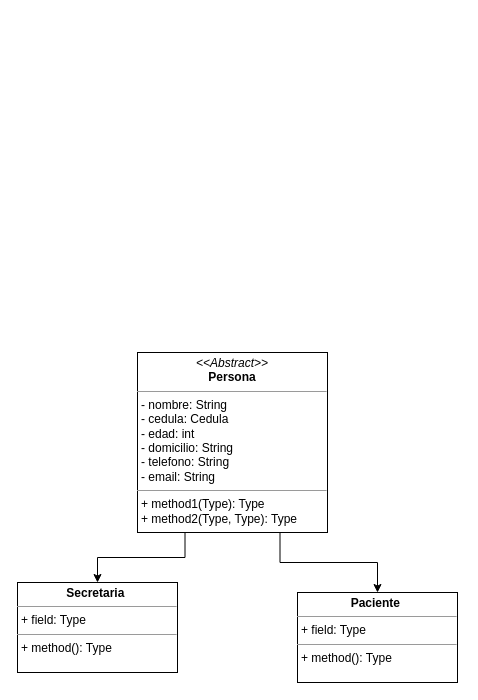
Before: Formativa01.drawio in KemosahbeAndres/Formativa01, a draw.io diagram. Source tidied: cells renumbered, new cells numbered last; positions are measured from the earlier drawing's top-left corner, leaving out a move shared by most shapes. Both pictures are drawn from the tidied source at 100%, with x=0, y=0 at pixel (17, 352).
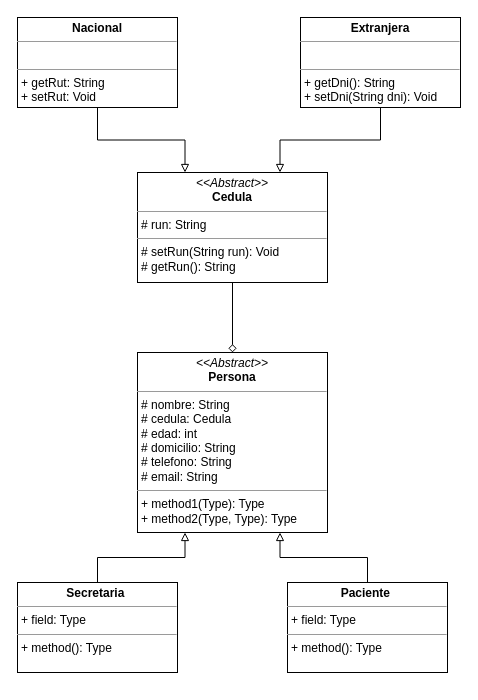
Above is the later version.

Commit message:
clase cedula y asociaciones listas.

The edit, as a diff of the source:
```diff
@@
 <mxGraphModel>
   <root>
     <mxCell id="0" />
     <mxCell id="1" parent="0" />
+    <mxCell id="7" style="edgeStyle=orthogonalEdgeStyle;rounded=0;jumpSize=10;jettySize=auto;html=1;exitX=0.5;exitY=0;exitDx=0;exitDy=0;entryX=0.25;entryY=1;entryDx=0;entryDy=0;strokeWidth=1;fontSize=11;endArrow=block;endFill=0;" parent="1" edge="1" source="2" target="6">
+      <mxGeometry relative="1" as="geometry" />
+    </mxCell>
     <mxCell id="2" value="&lt;p style=&quot;margin:0px;margin-top:4px;text-align:center;&quot;&gt;&lt;b&gt;Secretaria&amp;nbsp;&lt;/b&gt;&lt;/p&gt;&lt;hr size=&quot;1&quot;&gt;&lt;p style=&quot;margin:0px;margin-left:4px;&quot;&gt;+ field: Type&lt;/p&gt;&lt;hr size=&quot;1&quot;&gt;&lt;p style=&quot;margin:0px;margin-left:4px;&quot;&gt;+ method(): Type&lt;/p&gt;" style="verticalAlign=top;align=left;overflow=fill;fontSize=12;fontFamily=Helvetica;html=1;" parent="1" vertex="1">
       <mxGeometry y="230" width="160" height="90" as="geometry" />
     </mxCell>
+    <mxCell id="8" style="edgeStyle=orthogonalEdgeStyle;rounded=0;jumpSize=10;jettySize=auto;html=1;exitX=0.5;exitY=0;exitDx=0;exitDy=0;entryX=0.75;entryY=1;entryDx=0;entryDy=0;strokeWidth=1;fontSize=11;endArrow=block;endFill=0;" parent="1" edge="1" source="3" target="6">
+      <mxGeometry relative="1" as="geometry" />
+    </mxCell>
     <mxCell id="3" value="&lt;p style=&quot;margin:0px;margin-top:4px;text-align:center;&quot;&gt;&lt;b&gt;Paciente&amp;nbsp;&lt;/b&gt;&lt;/p&gt;&lt;hr size=&quot;1&quot;&gt;&lt;p style=&quot;margin:0px;margin-left:4px;&quot;&gt;+ field: Type&lt;/p&gt;&lt;hr size=&quot;1&quot;&gt;&lt;p style=&quot;margin:0px;margin-left:4px;&quot;&gt;+ method(): Type&lt;/p&gt;" style="verticalAlign=top;align=left;overflow=fill;fontSize=12;fontFamily=Helvetica;html=1;" parent="1" vertex="1">
-      <mxGeometry x="280" y="240" width="160" height="90" as="geometry" />
+      <mxGeometry x="270" y="230" width="160" height="90" as="geometry" />
     </mxCell>
-    <mxCell id="4" style="edgeStyle=orthogonalEdgeStyle;rounded=0;jettySize=auto;html=1;exitX=0.75;exitY=1;exitDx=0;exitDy=0;entryX=0.5;entryY=0;entryDx=0;entryDy=0;" parent="1" edge="1" source="6" target="3">
-      <mxGeometry relative="1" as="geometry" />
-    </mxCell>
-    <mxCell id="5" style="edgeStyle=orthogonalEdgeStyle;rounded=0;jettySize=auto;html=1;exitX=0.25;exitY=1;exitDx=0;exitDy=0;entryX=0.5;entryY=0;entryDx=0;entryDy=0;" parent="1" edge="1" source="6" target="2">
-      <mxGeometry relative="1" as="geometry" />
-    </mxCell>
-    <mxCell id="6" value="&lt;p style=&quot;margin:0px;margin-top:4px;text-align:center;&quot;&gt;&lt;i&gt;&amp;lt;&amp;lt;Abstract&amp;gt;&amp;gt;&lt;/i&gt;&lt;br&gt;&lt;b&gt;Persona&lt;/b&gt;&lt;/p&gt;&lt;hr size=&quot;1&quot;&gt;&lt;p style=&quot;margin:0px;margin-left:4px;&quot;&gt;- nombre: String&lt;/p&gt;&lt;p style=&quot;margin:0px;margin-left:4px;&quot;&gt;- cedula: Cedula&lt;/p&gt;&lt;p style=&quot;margin:0px;margin-left:4px;&quot;&gt;- edad: int&lt;/p&gt;&lt;p style=&quot;margin:0px;margin-left:4px;&quot;&gt;- domicilio: String&lt;/p&gt;&lt;p style=&quot;margin:0px;margin-left:4px;&quot;&gt;- telefono: String&lt;/p&gt;&lt;p style=&quot;margin:0px;margin-left:4px;&quot;&gt;- email: String&lt;/p&gt;&lt;hr size=&quot;1&quot;&gt;&lt;p style=&quot;margin:0px;margin-left:4px;&quot;&gt;+ method1(Type): Type&lt;br&gt;+ method2(Type, Type): Type&lt;/p&gt;" style="verticalAlign=top;align=left;overflow=fill;fontSize=12;fontFamily=Helvetica;html=1;" parent="1" vertex="1">
+    <mxCell id="6" value="&lt;p style=&quot;margin:0px;margin-top:4px;text-align:center;&quot;&gt;&lt;i&gt;&amp;lt;&amp;lt;Abstract&amp;gt;&amp;gt;&lt;/i&gt;&lt;br&gt;&lt;b&gt;Persona&lt;/b&gt;&lt;/p&gt;&lt;hr size=&quot;1&quot;&gt;&lt;p style=&quot;margin:0px;margin-left:4px;&quot;&gt;# nombre: String&lt;/p&gt;&lt;p style=&quot;margin:0px;margin-left:4px;&quot;&gt;# cedula: Cedula&lt;/p&gt;&lt;p style=&quot;margin:0px;margin-left:4px;&quot;&gt;# edad: int&lt;/p&gt;&lt;p style=&quot;margin:0px;margin-left:4px;&quot;&gt;# domicilio: String&lt;/p&gt;&lt;p style=&quot;margin:0px;margin-left:4px;&quot;&gt;# telefono: String&lt;/p&gt;&lt;p style=&quot;margin:0px;margin-left:4px;&quot;&gt;# email: String&lt;/p&gt;&lt;hr size=&quot;1&quot;&gt;&lt;p style=&quot;margin:0px;margin-left:4px;&quot;&gt;+ method1(Type): Type&lt;br&gt;+ method2(Type, Type): Type&lt;/p&gt;" style="verticalAlign=top;align=left;overflow=fill;fontSize=12;fontFamily=Helvetica;html=1;" parent="1" vertex="1">
       <mxGeometry x="120" width="190" height="180" as="geometry" />
     </mxCell>
+    <mxCell id="9" style="edgeStyle=orthogonalEdgeStyle;rounded=0;jumpSize=10;jettySize=auto;html=1;exitX=0.5;exitY=1;exitDx=0;exitDy=0;entryX=0.75;entryY=0;entryDx=0;entryDy=0;strokeWidth=1;fontSize=11;endArrow=block;endFill=0;" parent="1" edge="1" source="10" target="12">
+      <mxGeometry relative="1" as="geometry" />
+    </mxCell>
+    <mxCell id="10" value="&lt;p style=&quot;margin:0px;margin-top:4px;text-align:center;&quot;&gt;&lt;b&gt;Extranjera&lt;/b&gt;&lt;/p&gt;&lt;hr size=&quot;1&quot;&gt;&lt;p style=&quot;margin:0px;margin-left:4px;&quot;&gt;&lt;br&gt;&lt;/p&gt;&lt;hr size=&quot;1&quot;&gt;&lt;p style=&quot;margin:0px;margin-left:4px;&quot;&gt;+ getDni(): String&lt;/p&gt;&lt;p style=&quot;margin:0px;margin-left:4px;&quot;&gt;+ setDni(String dni): Void&lt;/p&gt;" style="verticalAlign=top;align=left;overflow=fill;fontSize=12;fontFamily=Helvetica;html=1;" parent="1" vertex="1">
+      <mxGeometry x="283" y="-335" width="160" height="90" as="geometry" />
+    </mxCell>
+    <mxCell id="11" style="edgeStyle=orthogonalEdgeStyle;rounded=0;jettySize=auto;html=1;exitX=0.5;exitY=1;exitDx=0;exitDy=0;entryX=0.5;entryY=0;entryDx=0;entryDy=0;endArrow=diamond;endFill=0;strokeWidth=1;jumpSize=10;fontSize=11;" parent="1" edge="1" source="12" target="6">
+      <mxGeometry relative="1" as="geometry" />
+    </mxCell>
+    <mxCell id="12" value="&lt;p style=&quot;margin:0px;margin-top:4px;text-align:center;&quot;&gt;&lt;i&gt;&amp;lt;&amp;lt;Abstract&amp;gt;&amp;gt;&lt;/i&gt;&lt;br&gt;&lt;b&gt;Cedula&lt;/b&gt;&lt;/p&gt;&lt;hr size=&quot;1&quot;&gt;&lt;p style=&quot;margin:0px;margin-left:4px;&quot;&gt;# run: String&lt;/p&gt;&lt;hr size=&quot;1&quot;&gt;&lt;p style=&quot;margin:0px;margin-left:4px;&quot;&gt;# setRun(String run): Void&lt;br&gt;# getRun(): String&lt;/p&gt;" style="verticalAlign=top;align=left;overflow=fill;fontSize=12;fontFamily=Helvetica;html=1;" parent="1" vertex="1">
+      <mxGeometry x="120" y="-180" width="190" height="110" as="geometry" />
+    </mxCell>
+    <mxCell id="13" style="edgeStyle=orthogonalEdgeStyle;rounded=0;jumpSize=10;jettySize=auto;html=1;exitX=0.5;exitY=1;exitDx=0;exitDy=0;entryX=0.25;entryY=0;entryDx=0;entryDy=0;strokeWidth=1;fontSize=11;endArrow=block;endFill=0;" parent="1" edge="1" source="14" target="12">
+      <mxGeometry relative="1" as="geometry" />
+    </mxCell>
+    <mxCell id="14" value="&lt;p style=&quot;margin:0px;margin-top:4px;text-align:center;&quot;&gt;&lt;b&gt;Nacional&lt;/b&gt;&lt;/p&gt;&lt;hr size=&quot;1&quot;&gt;&lt;p style=&quot;margin:0px;margin-left:4px;&quot;&gt;&lt;br&gt;&lt;/p&gt;&lt;hr size=&quot;1&quot;&gt;&lt;p style=&quot;margin:0px;margin-left:4px;&quot;&gt;+ getRut: String&lt;/p&gt;&lt;p style=&quot;margin:0px;margin-left:4px;&quot;&gt;+ setRut: Void&lt;/p&gt;" style="verticalAlign=top;align=left;overflow=fill;fontSize=12;fontFamily=Helvetica;html=1;" parent="1" vertex="1">
+      <mxGeometry y="-335" width="160" height="90" as="geometry" />
+    </mxCell>
   </root>
 </mxGraphModel>
```
